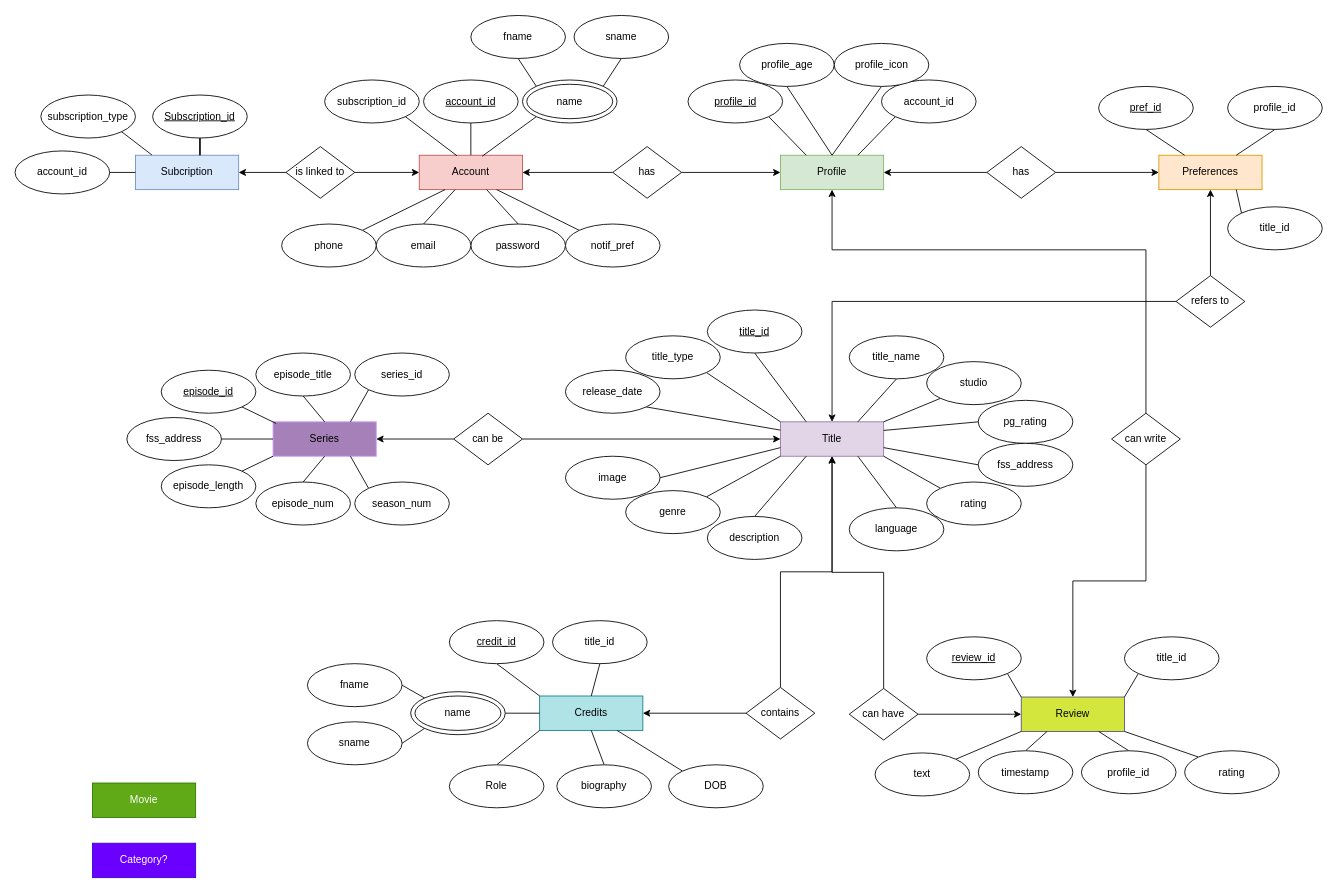
Before: (E)ER/EER.drawio in DJRamsay/COS221-Hoop, a draw.io diagram. Source tidied: cells renumbered, new cells numbered last; positions are measured from the earlier drawing's top-left corner, leaving out a move shared by most shapes. Both pictures are drawn from the tidied source at 86%, with x=0, y=0 at pixel (15, 15).
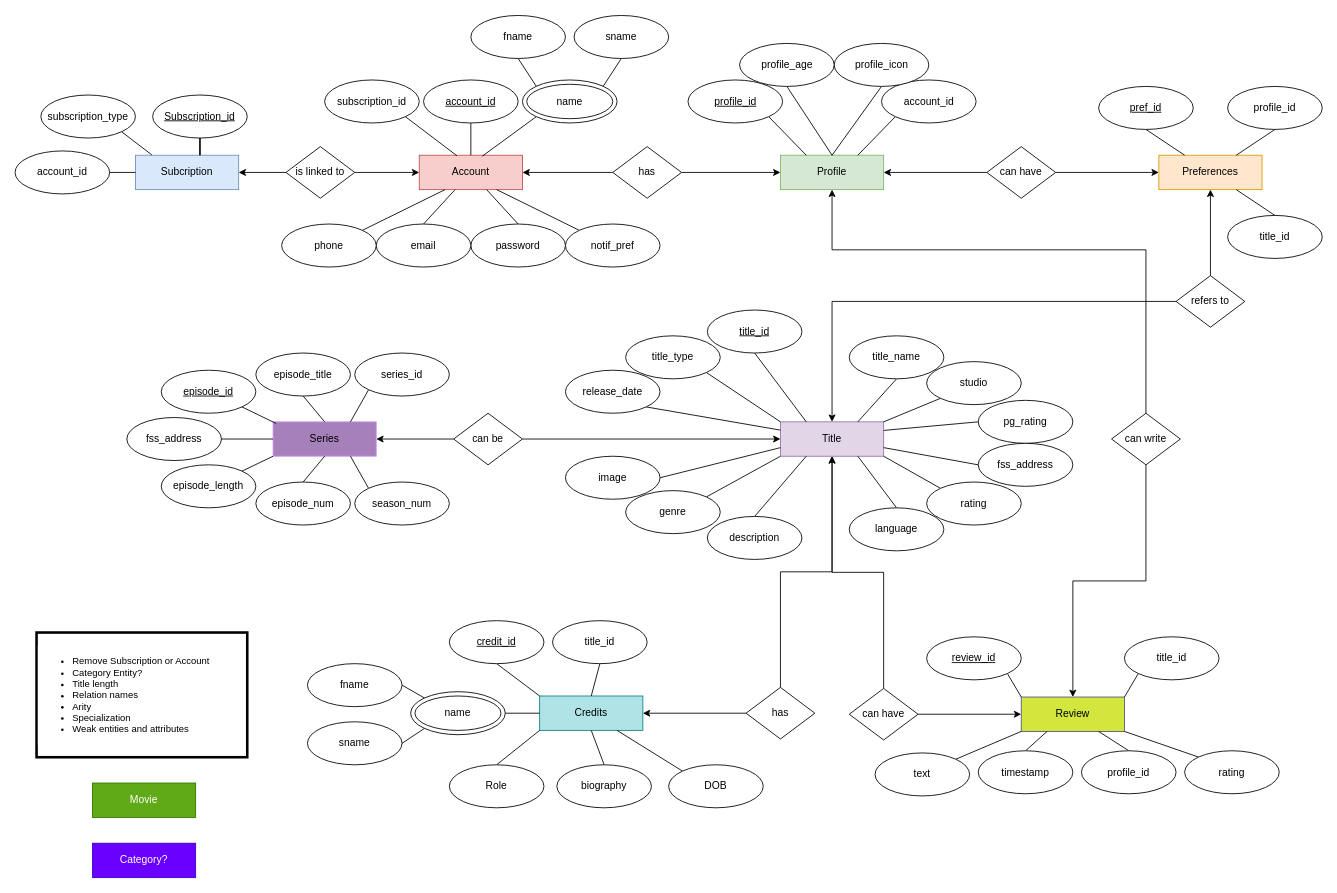
After the change.

The change refers to these unchanged cells:
```xml
<mxCell id="5" value="Preferences" style="whiteSpace=wrap;html=1;fillColor=#ffe6cc;strokeColor=#d79b00;" parent="1" vertex="1">
  <mxGeometry x="1330" y="162" width="120" height="40" as="geometry" />
</mxCell>
```

Change to the diagram source:
```diff
@@
-    <mxCell id="63" style="edgeStyle=none;rounded=0;jettySize=auto;html=1;exitX=0;exitY=0;exitDx=0;exitDy=0;entryX=0.75;entryY=1;entryDx=0;entryDy=0;strokeColor=default;align=center;verticalAlign=middle;fontFamily=Helvetica;fontSize=11;fontColor=default;labelBackgroundColor=default;endArrow=none;endFill=0;" parent="1" edge="1" source="64" target="5">
+    <mxCell id="63" style="edgeStyle=none;rounded=0;jettySize=auto;html=1;exitX=0.5;exitY=0;exitDx=0;exitDy=0;entryX=0.75;entryY=1;entryDx=0;entryDy=0;strokeColor=default;align=center;verticalAlign=middle;fontFamily=Helvetica;fontSize=11;fontColor=default;labelBackgroundColor=default;endArrow=none;endFill=0;" parent="1" edge="1" source="64" target="5">
       <mxGeometry relative="1" as="geometry" />
     </mxCell>
     <mxCell id="64" value="title_id" style="ellipse;whiteSpace=wrap;html=1;" parent="1" vertex="1">
-      <mxGeometry x="1410" y="222" width="110" height="50" as="geometry" />
+      <mxGeometry x="1410" y="232" width="110" height="50" as="geometry" />
     </mxCell>
@@
-    <mxCell id="105" value="has" style="rhombus;whiteSpace=wrap;html=1;" parent="1" vertex="1">
+    <mxCell id="105" value="can have" style="rhombus;whiteSpace=wrap;html=1;" parent="1" vertex="1">
       <mxGeometry x="1130" y="152" width="80" height="60" as="geometry" />
     </mxCell>
@@
-    <mxCell id="108" value="contains" style="rhombus;whiteSpace=wrap;html=1;" parent="1" vertex="1">
+    <mxCell id="108" value="has" style="rhombus;whiteSpace=wrap;html=1;" parent="1" vertex="1">
       <mxGeometry x="850" y="780.8" width="80" height="60" as="geometry" />
     </mxCell>
@@
+    <mxCell id="142" value="&lt;ul&gt;&lt;li&gt;Remove Subscription or Account&lt;/li&gt;&lt;li&gt;Category Entity?&lt;/li&gt;&lt;li&gt;Title length&lt;/li&gt;&lt;li&gt;Relation names&lt;/li&gt;&lt;li&gt;Arity&lt;/li&gt;&lt;li&gt;Specialization&lt;/li&gt;&lt;li&gt;Weak entities and attributes&lt;/li&gt;&lt;/ul&gt;" style="whiteSpace=wrap;html=1;fontFamily=Helvetica;fontSize=11;fontColor=default;labelBackgroundColor=default;align=left;strokeWidth=3;" parent="1" vertex="1">
+      <mxGeometry x="25" y="717" width="245" height="145" as="geometry" />
+    </mxCell>
```
